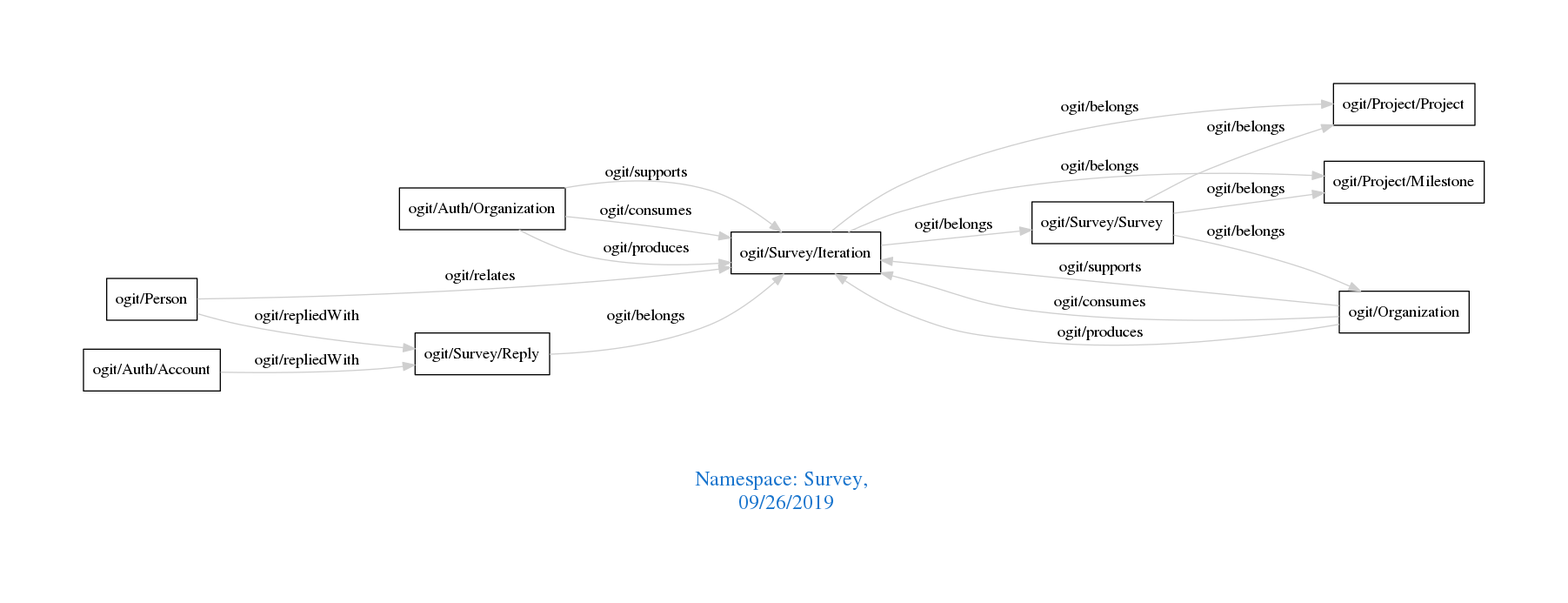
Before: downloads/Survey.png, a diagram exported from Graphviz (arago/OGIT). Its source is kept beside it as downloads/Survey.dot.
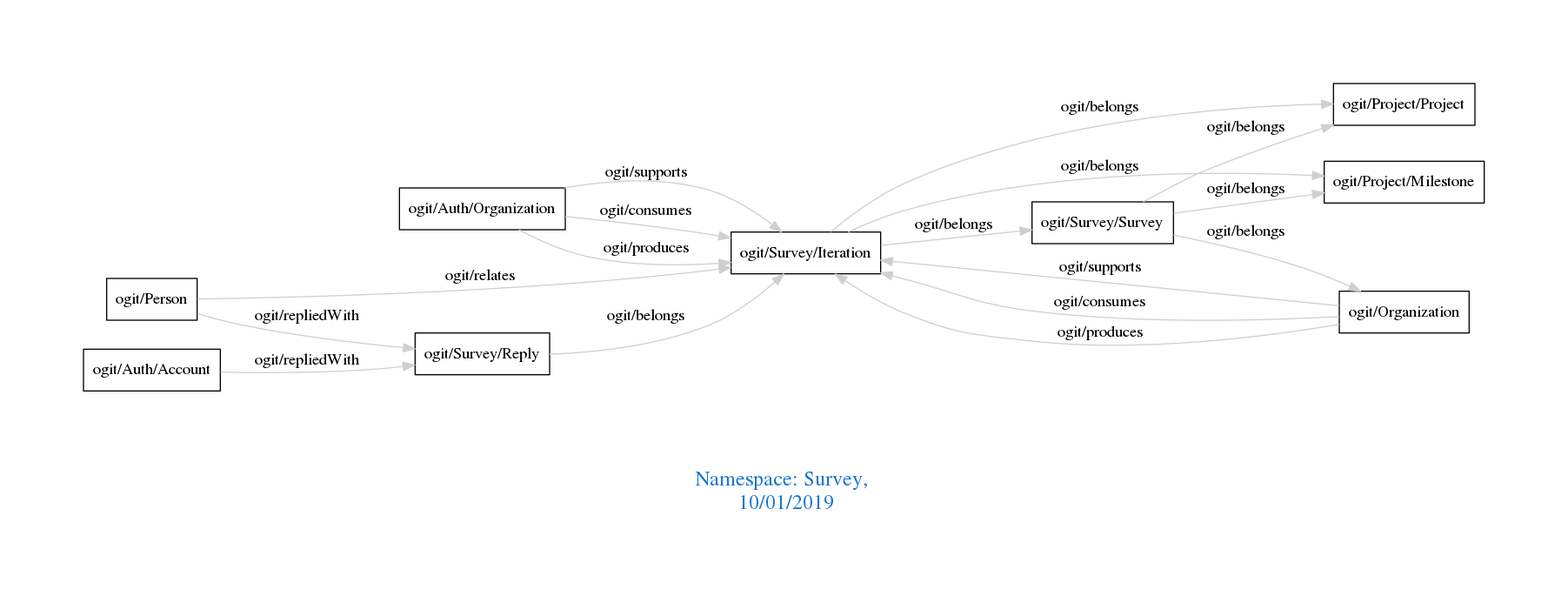
The same file after the commit.

Diff of the diagram source:
```diff
@@ -1,7 +1,7 @@
 digraph OGIT_ontology {
  graph [ rankdir= LR,pad=1
 fontsize = 18,
-fontcolor= dodgerblue3,label = "\n\n\nNamespace: Survey, \n 09/26/2019"];
+fontcolor= dodgerblue3,label = "\n\n\nNamespace: Survey, \n 10/01/2019"];
 node[shape=polygon];
 edge [  color="gray81"];
 
```
